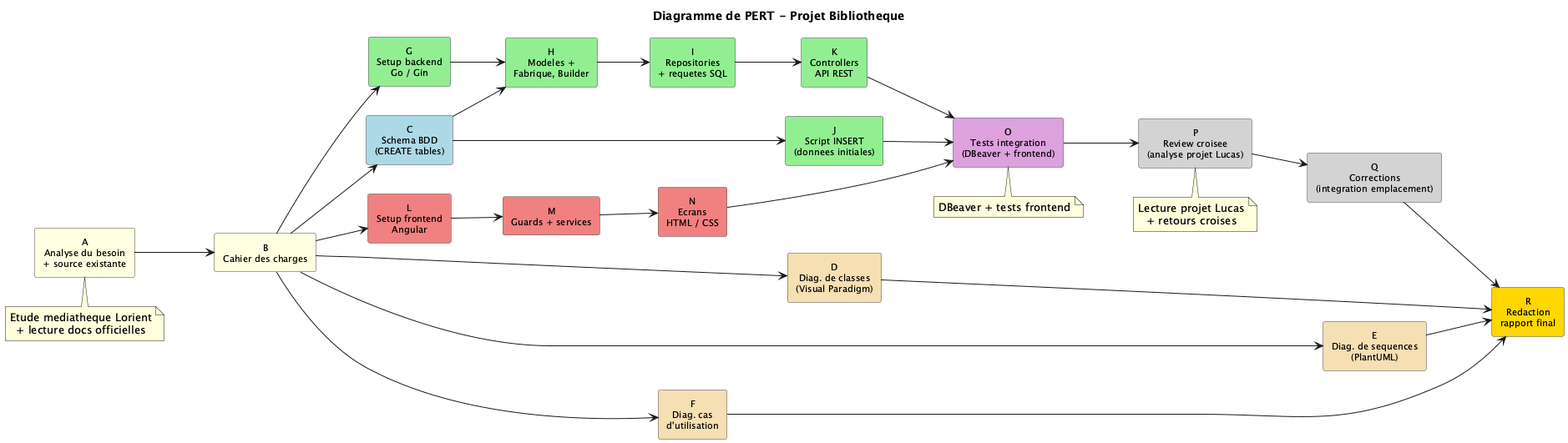
This is back/diagrams/10_pert.png from linlin56/library, a PlantUML export, as it was before one commit. Its diagram source:
```plantuml
@startuml
title Diagramme de PERT - Projet Bibliotheque
left to right direction
skinparam defaultTextAlignment center
skinparam rectangle {
  BorderColor #444
  FontSize 11
}

rectangle "A\nAnalyse du besoin\n+ source existante" as A #LightYellow
rectangle "B\nCahier des charges" as B #LightYellow

rectangle "C\nSchema BDD\n(CREATE tables)" as C #LightBlue
rectangle "D\nDiag. de classes\n(Visual Paradigm)" as D #Wheat
rectangle "E\nDiag. de sequences\n(PlantUML)" as E #Wheat
rectangle "F\nDiag. cas\nd'utilisation" as F #Wheat

rectangle "G\nSetup backend\nGo / Gin" as G #LightGreen
rectangle "H\nModeles +\nFabrique, Builder" as H #LightGreen
rectangle "I\nRepositories\n+ requetes SQL" as I #LightGreen
rectangle "J\nScript INSERT\n(donnees initiales)" as J #LightGreen
rectangle "K\nControllers\nAPI REST" as K #LightGreen

rectangle "L\nSetup frontend\nAngular" as L #LightCoral
rectangle "M\nGuards + services" as M #LightCoral
rectangle "N\nEcrans\nHTML / CSS" as N #LightCoral

rectangle "O\nTests integration\n(DBeaver + frontend)" as O #Plum

rectangle "P\nReview croisee\n(analyse projet Lucas)" as P #LightGray
rectangle "Q\nCorrections\n(integration emplacement)" as Q #LightGray

rectangle "R\nRedaction\nrapport final" as R #Gold

A --> B
B --> C
B --> D
B --> E
B --> F
B --> G
B --> L
C --> H
C --> J
G --> H
H --> I
I --> K
J --> O
K --> O
L --> M
M --> N
N --> O
O --> P
P --> Q
Q --> R
D --> R
E --> R
F --> R

note bottom of A : Etude mediatheque Lorient\n+ lecture docs officielles
note bottom of O : DBeaver + tests frontend
note bottom of P : Lecture projet Lucas\n+ retours croises

@enduml
```
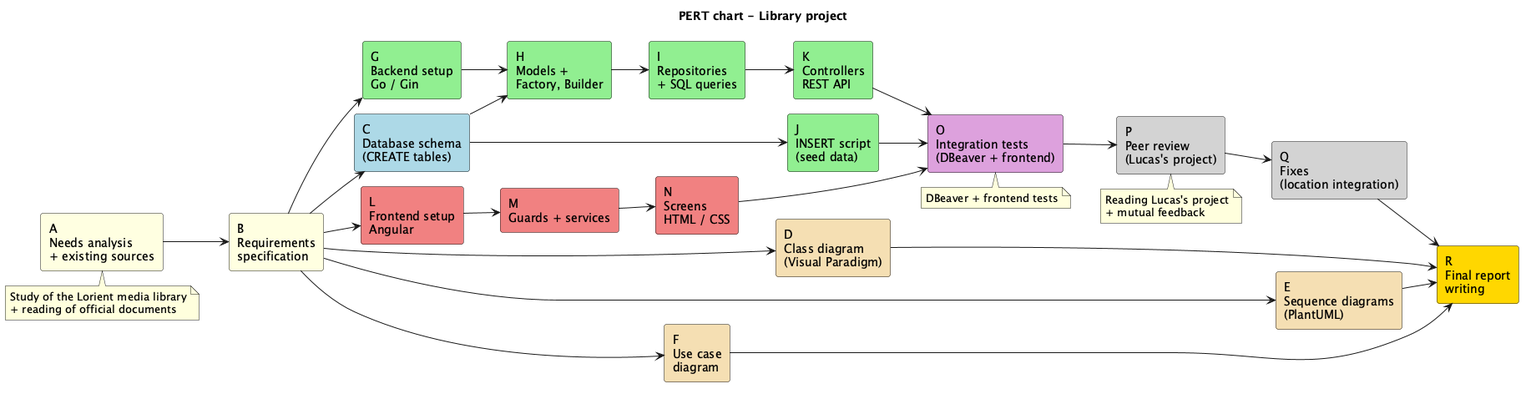
After the commit.

What changed in the source:
```diff
@@ -1,51 +1,49 @@
 @startuml
-title Diagramme de PERT - Projet Bibliotheque
+!pragma layout smetana
+title PERT chart - Library project
 left to right direction
-skinparam defaultTextAlignment center
+
 skinparam rectangle {
-  BorderColor #444
-  FontSize 11
+  RoundCorner 6
 }
 
-rectangle "A\nAnalyse du besoin\n+ source existante" as A #LightYellow
-rectangle "B\nCahier des charges" as B #LightYellow
+rectangle "A\nNeeds analysis\n+ existing sources" as A #LightYellow
+rectangle "B\nRequirements\nspecification" as B #LightYellow
+rectangle "C\nDatabase schema\n(CREATE tables)" as C #LightBlue
+rectangle "D\nClass diagram\n(Visual Paradigm)" as D #Wheat
+rectangle "E\nSequence diagrams\n(PlantUML)" as E #Wheat
+rectangle "F\nUse case\ndiagram" as F #Wheat
+rectangle "G\nBackend setup\nGo / Gin" as G #LightGreen
+rectangle "H\nModels +\nFactory, Builder" as H #LightGreen
+rectangle "I\nRepositories\n+ SQL queries" as I #LightGreen
+rectangle "J\nINSERT script\n(seed data)" as J #LightGreen
+rectangle "K\nControllers\nREST API" as K #LightGreen
+rectangle "L\nFrontend setup\nAngular" as L #LightCoral
+rectangle "M\nGuards + services" as M #LightCoral
+rectangle "N\nScreens\nHTML / CSS" as N #LightCoral
+rectangle "O\nIntegration tests\n(DBeaver + frontend)" as O #Plum
+rectangle "P\nPeer review\n(Lucas's project)" as P #LightGray
+rectangle "Q\nFixes\n(location integration)" as Q #LightGray
+rectangle "R\nFinal report\nwriting" as R #Gold
 
-rectangle "C\nSchema BDD\n(CREATE tables)" as C #LightBlue
-rectangle "D\nDiag. de classes\n(Visual Paradigm)" as D #Wheat
-rectangle "E\nDiag. de sequences\n(PlantUML)" as E #Wheat
-rectangle "F\nDiag. cas\nd'utilisation" as F #Wheat
-
-rectangle "G\nSetup backend\nGo / Gin" as G #LightGreen
-rectangle "H\nModeles +\nFabrique, Builder" as H #LightGreen
-rectangle "I\nRepositories\n+ requetes SQL" as I #LightGreen
-rectangle "J\nScript INSERT\n(donnees initiales)" as J #LightGreen
-rectangle "K\nControllers\nAPI REST" as K #LightGreen
-
-rectangle "L\nSetup frontend\nAngular" as L #LightCoral
-rectangle "M\nGuards + services" as M #LightCoral
-rectangle "N\nEcrans\nHTML / CSS" as N #LightCoral
-
-rectangle "O\nTests integration\n(DBeaver + frontend)" as O #Plum
-
-rectangle "P\nReview croisee\n(analyse projet Lucas)" as P #LightGray
-rectangle "Q\nCorrections\n(integration emplacement)" as Q #LightGray
-
-rectangle "R\nRedaction\nrapport final" as R #Gold
+note bottom of A : Study of the Lorient media library\n+ reading of official documents
+note bottom of O : DBeaver + frontend tests
+note bottom of P : Reading Lucas's project\n+ mutual feedback
 
 A --> B
 B --> C
+B --> G
+B --> L
 B --> D
 B --> E
 B --> F
-B --> G
-B --> L
 C --> H
 C --> J
 G --> H
 H --> I
 I --> K
+K --> O
 J --> O
-K --> O
 L --> M
 M --> N
 N --> O
@@ -55,9 +53,4 @@
 D --> R
 E --> R
 F --> R
-
-note bottom of A : Etude mediatheque Lorient\n+ lecture docs officielles
-note bottom of O : DBeaver + tests frontend
-note bottom of P : Lecture projet Lucas\n+ retours croises
-
 @enduml
```
